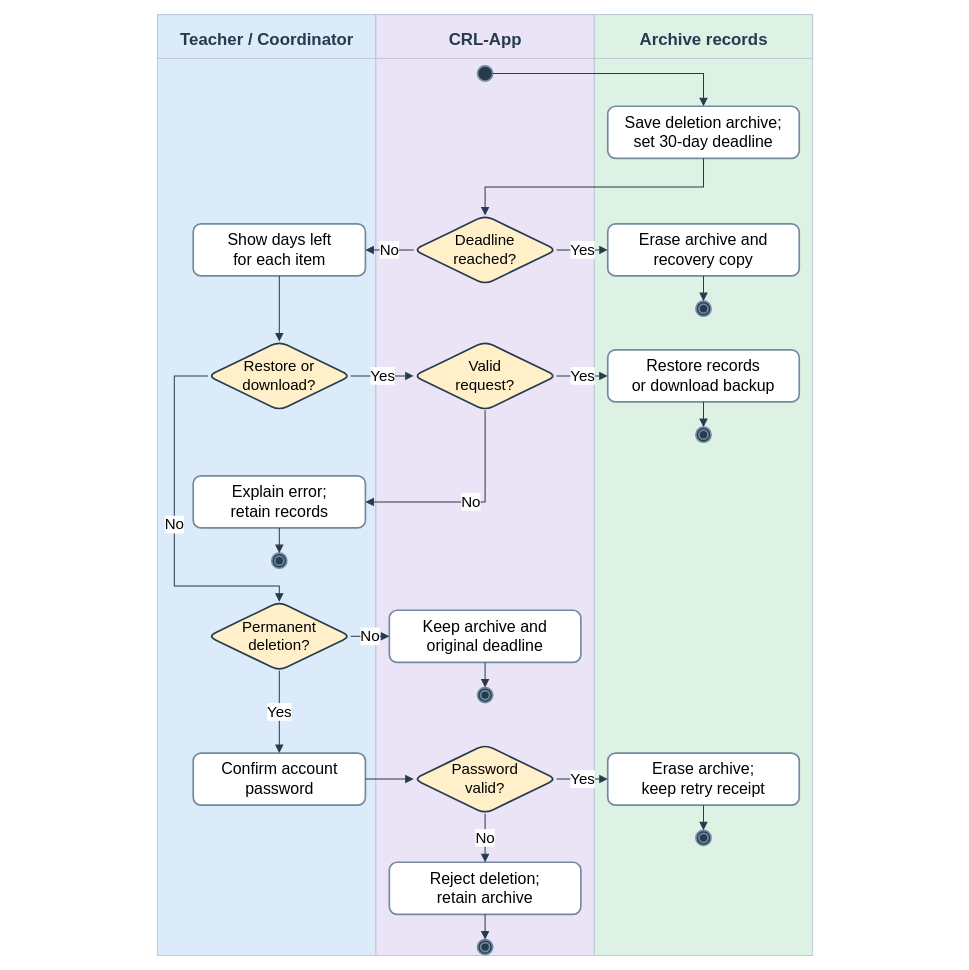
Above: docs/diagrams/class-workspaces/figure-23b-archive-retention.drawio in AkuSayangKamuJudaSayang/crl-app (draw.io), before the change. Source tidied: cells renumbered, new cells numbered last; positions are measured from the earlier drawing's top-left corner, leaving out a move shared by most shapes. Both pictures are drawn from the tidied source at 84%, with x=0, y=0 at pixel (14, 14).
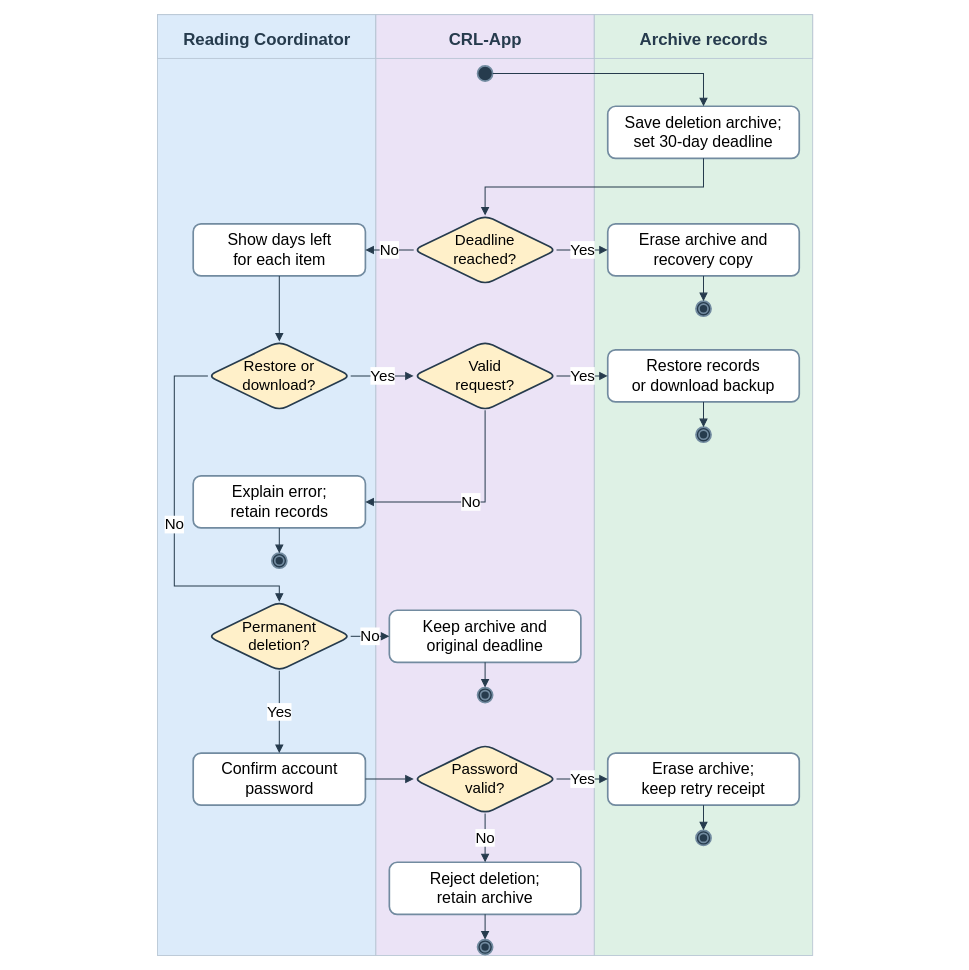
The same page after the edit.

Change to the diagram source:
```diff
@@
-    <mxCell id="4" value="Teacher / Coordinator" style="text;html=1;fontFamily=Arial;align=center;verticalAlign=top;fontSize=20;fontColor=#263b4d;fontStyle=1;strokeColor=none;fillColor=none;" parent="1" vertex="1">
+    <mxCell id="4" value="Reading Coordinator" style="text;html=1;fontFamily=Arial;align=center;verticalAlign=top;fontSize=20;fontColor=#263b4d;fontStyle=1;strokeColor=none;fillColor=none;" parent="1" vertex="1">
       <mxGeometry y="11" width="600" height="24" as="geometry" />
     </mxCell>
```
